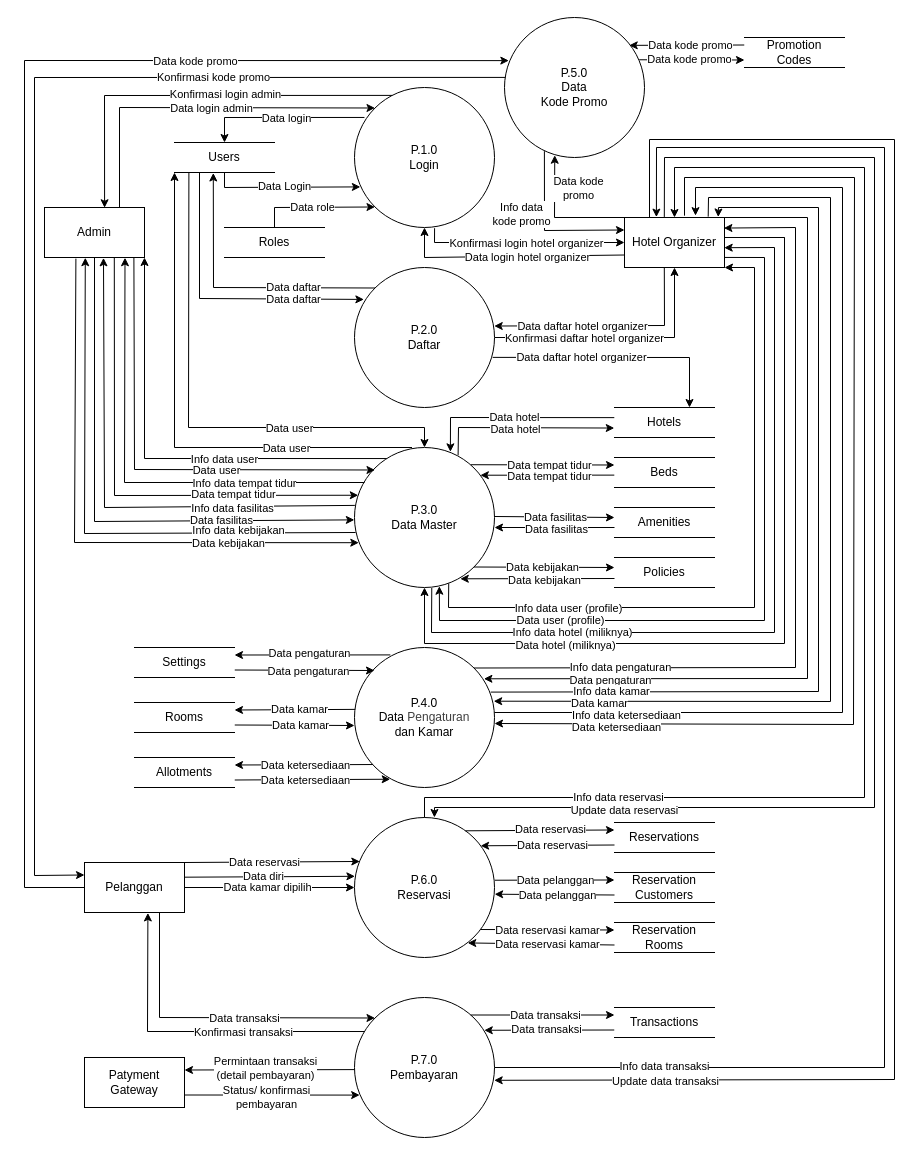
Above: diagram/dfd/dfd-level-0.drawio in Hans-Star18/ta-booking-system (draw.io), before the change. Source tidied: cells renumbered, new cells numbered last; positions are measured from the earlier drawing's top-left corner, leaving out a move shared by most shapes. Both pictures are drawn from the tidied source at 100%, with x=0, y=0 at pixel (24, 17).
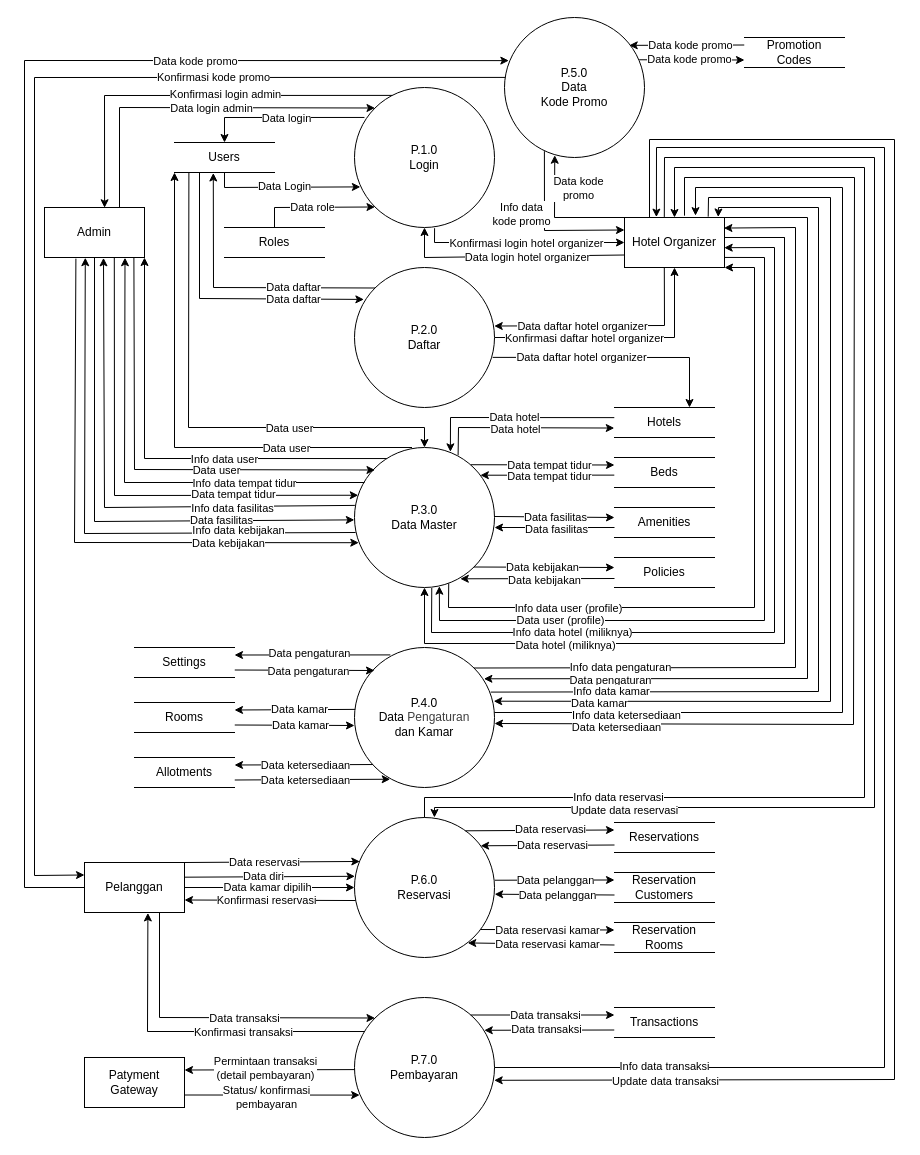
The same page after the edit.

Commit message (it also covers changes not shown here):
feat: add DFD level 2 diagrams for data management processes

Unchanged cells that the change refers to:
```xml
<mxCell id="6" value="P.6.0&lt;div&gt;Reservasi&lt;/div&gt;" style="shape=ellipse;html=1;dashed=0;whiteSpace=wrap;perimeter=ellipsePerimeter;" parent="1" vertex="1">
  <mxGeometry x="330" y="800" width="140" height="140" as="geometry" />
</mxCell>
<mxCell id="170" value="Pelanggan" style="html=1;dashed=0;whiteSpace=wrap;" parent="1" vertex="1">
  <mxGeometry x="60" y="845" width="100" height="50" as="geometry" />
</mxCell>
```

The edit, as a diff of the source:
```diff
@@
+    <mxCell id="177" style="endArrow=classic;html=1;rounded=0;curved=0;jumpStyle=arc;exitX=0.008;exitY=0.593;exitDx=0;exitDy=0;entryX=1;entryY=0.75;entryDx=0;entryDy=0;exitPerimeter=0;" parent="1" edge="1" source="6" target="170">
+      <mxGeometry relative="1" as="geometry" />
+    </mxCell>
+    <mxCell id="178" value="Konfirmasi reservasi" style="edgeLabel;html=1;align=center;verticalAlign=middle;" parent="177" vertex="1">
+      <mxGeometry x="-0.4" y="1" relative="1" as="geometry">
+        <mxPoint x="-39" y="-1" as="offset" />
+      </mxGeometry>
+    </mxCell>
```
